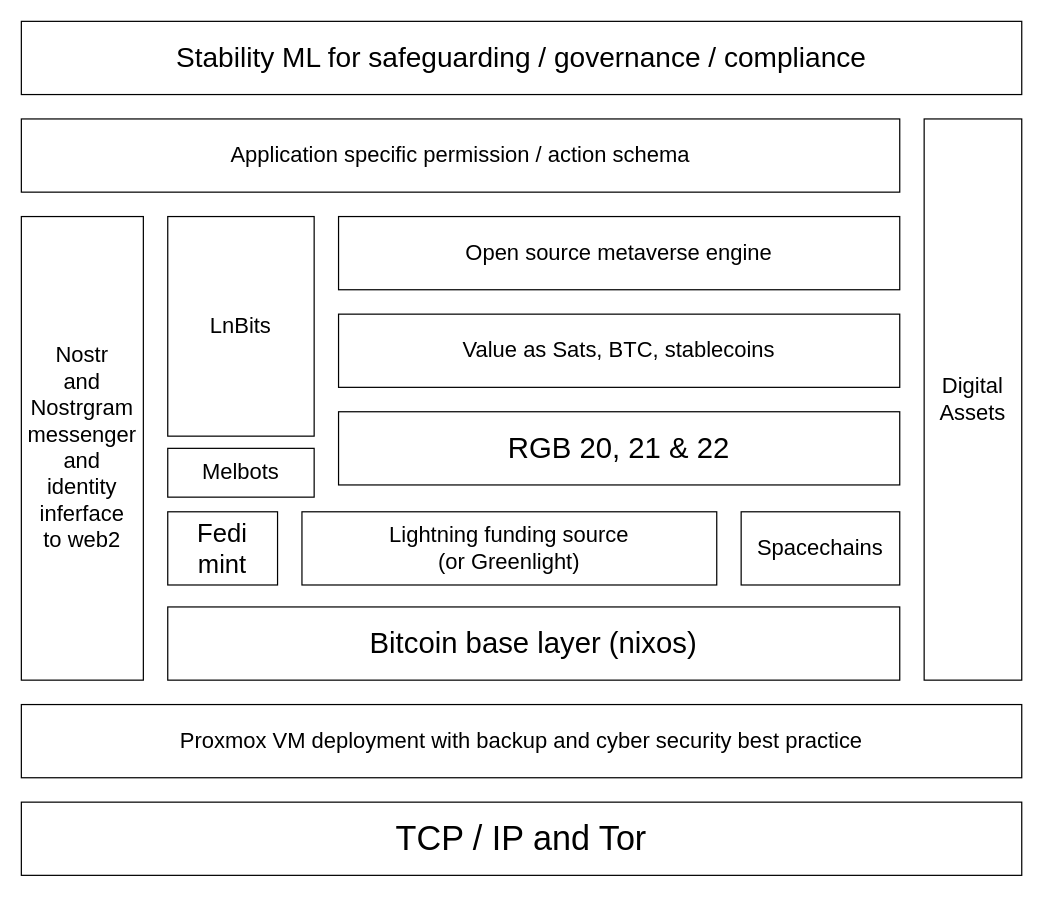
jjohare/DigiSocConvergence keeps this draw.io diagram as Book/Images/HighLevelStack.drawio. Above is the earlier version. Source tidied: cells renumbered, new cells numbered last; positions are measured from the earlier drawing's top-left corner, leaving out a move shared by most shapes. Both pictures are drawn from the tidied source at 122%, with x=0, y=0 at pixel (21, 21).
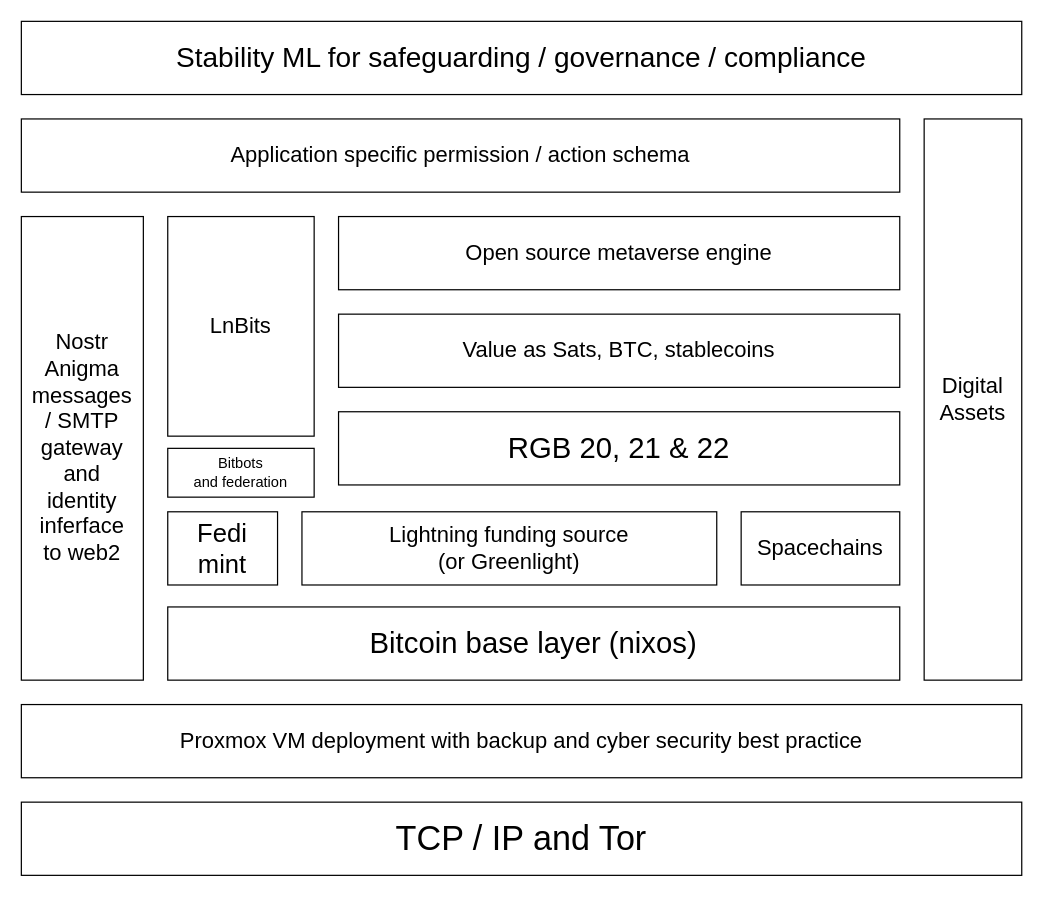
After the change.

What changed in the source:
```diff
@@
 <mxGraphModel>
   <root>
     <mxCell id="0" />
     <mxCell id="1" parent="0" />
     <mxCell id="2" value="&lt;font style=&quot;font-size: 18px&quot;&gt;Application specific permission / action schema&lt;br&gt;&lt;/font&gt;" style="rounded=0;whiteSpace=wrap;html=1;" parent="1" vertex="1">
       <mxGeometry y="80" width="720" height="60" as="geometry" />
     </mxCell>
-    <mxCell id="3" value="&lt;div&gt;Nostr&lt;/div&gt;&lt;div&gt;and&lt;/div&gt;&lt;div&gt;Nostrgram&lt;/div&gt;&lt;div&gt;messenger&lt;/div&gt;&lt;div&gt;and&lt;/div&gt;&lt;div&gt;identity &lt;br&gt;&lt;/div&gt;&lt;div&gt;inferface&lt;/div&gt;&lt;div&gt;to web2&lt;br&gt;&lt;/div&gt;" style="rounded=0;whiteSpace=wrap;html=1;fontSize=18;" parent="1" vertex="1">
+    <mxCell id="3" value="&lt;div&gt;Nostr&lt;/div&gt;&lt;div&gt;Anigma&lt;br&gt;&lt;/div&gt;&lt;div&gt;messages&lt;/div&gt;&lt;div&gt;/ SMTP&lt;/div&gt;&lt;div&gt;gateway&lt;br&gt;&lt;/div&gt;&lt;div&gt;and&lt;/div&gt;&lt;div&gt;identity &lt;br&gt;&lt;/div&gt;&lt;div&gt;inferface&lt;/div&gt;&lt;div&gt;to web2&lt;br&gt;&lt;/div&gt;" style="rounded=0;whiteSpace=wrap;html=1;fontSize=18;" parent="1" vertex="1">
       <mxGeometry y="160" width="100" height="380" as="geometry" />
     </mxCell>
     <mxCell id="4" value="LnBits" style="rounded=0;whiteSpace=wrap;html=1;fontSize=18;" parent="1" vertex="1">
       <mxGeometry x="120" y="160" width="120" height="180" as="geometry" />
     </mxCell>
     <mxCell id="5" value="&lt;font style=&quot;font-size: 18px&quot;&gt;Open source metaverse engine&lt;/font&gt;" style="rounded=0;whiteSpace=wrap;html=1;" parent="1" vertex="1">
       <mxGeometry x="260" y="160" width="460" height="60" as="geometry" />
     </mxCell>
     <mxCell id="6" value="&lt;font style=&quot;font-size: 18px&quot;&gt;Value as Sats, BTC, stablecoins&lt;br&gt;&lt;/font&gt;" style="rounded=0;whiteSpace=wrap;html=1;" parent="1" vertex="1">
       <mxGeometry x="260" y="240" width="460" height="60" as="geometry" />
     </mxCell>
     <mxCell id="7" value="&lt;font style=&quot;font-size: 24px;&quot;&gt;RGB 20, 21 &amp;amp; 22&lt;/font&gt;" style="rounded=0;whiteSpace=wrap;html=1;" parent="1" vertex="1">
       <mxGeometry x="260" y="320" width="460" height="60" as="geometry" />
     </mxCell>
     <mxCell id="8" value="&lt;div&gt;&lt;font style=&quot;font-size: 18px&quot;&gt;Lightning funding source&lt;/font&gt;&lt;/div&gt;&lt;div&gt;&lt;font style=&quot;font-size: 18px&quot;&gt;(or Greenlight)&lt;br&gt; &lt;/font&gt;&lt;/div&gt;" style="rounded=0;whiteSpace=wrap;html=1;" parent="1" vertex="1">
       <mxGeometry x="230" y="402" width="340" height="60" as="geometry" />
     </mxCell>
     <mxCell id="9" value="&lt;font style=&quot;font-size: 24px&quot;&gt;Bitcoin base layer (nixos)&lt;br&gt;&lt;/font&gt;" style="rounded=0;whiteSpace=wrap;html=1;" parent="1" vertex="1">
       <mxGeometry x="120" y="480" width="600" height="60" as="geometry" />
     </mxCell>
     <mxCell id="10" value="&lt;font style=&quot;font-size: 18px&quot;&gt;Proxmox VM deployment with backup and cyber security best practice&lt;/font&gt;" style="rounded=0;whiteSpace=wrap;html=1;" parent="1" vertex="1">
       <mxGeometry y="560" width="820" height="60" as="geometry" />
     </mxCell>
     <mxCell id="11" value="&lt;div&gt;Digital&lt;br&gt;&lt;/div&gt;&lt;div&gt;Assets&lt;/div&gt;" style="rounded=0;whiteSpace=wrap;html=1;fontSize=18;" parent="1" vertex="1">
       <mxGeometry x="740" y="80" width="80" height="460" as="geometry" />
     </mxCell>
     <mxCell id="12" value="&lt;font style=&quot;font-size: 18px;&quot;&gt;Spacechains&lt;/font&gt;" style="rounded=0;whiteSpace=wrap;html=1;" parent="1" vertex="1">
       <mxGeometry x="590" y="402" width="130" height="60" as="geometry" />
     </mxCell>
     <mxCell id="13" value="&lt;font style=&quot;font-size: 23px;&quot;&gt;Stability ML for safeguarding / governance / compliance&lt;br&gt;&lt;/font&gt;" style="rounded=0;whiteSpace=wrap;html=1;" parent="1" vertex="1">
       <mxGeometry width="820" height="60" as="geometry" />
     </mxCell>
     <mxCell id="14" value="&lt;font style=&quot;font-size: 28px;&quot;&gt;TCP / IP and Tor&lt;br&gt;&lt;/font&gt;" style="rounded=0;whiteSpace=wrap;html=1;" parent="1" vertex="1">
       <mxGeometry y="640" width="820" height="60" as="geometry" />
     </mxCell>
     <mxCell id="15" value="&lt;div style=&quot;font-size: 21px;&quot;&gt;&lt;font style=&quot;font-size: 21px;&quot;&gt;Fedi&lt;/font&gt;&lt;/div&gt;&lt;div style=&quot;font-size: 21px;&quot;&gt;&lt;font style=&quot;font-size: 21px;&quot;&gt;mint&lt;/font&gt;&lt;/div&gt;" style="rounded=0;whiteSpace=wrap;html=1;" parent="1" vertex="1">
       <mxGeometry x="120" y="402" width="90" height="60" as="geometry" />
     </mxCell>
-    <mxCell id="16" value="&lt;font style=&quot;font-size: 18px;&quot;&gt;Melbots&lt;/font&gt;" style="rounded=0;whiteSpace=wrap;html=1;" parent="1" vertex="1">
+    <mxCell id="16" value="&lt;div&gt;Bitbots&lt;/div&gt;&lt;div&gt;and federation&lt;br&gt;&lt;/div&gt;" style="rounded=0;whiteSpace=wrap;html=1;" parent="1" vertex="1">
       <mxGeometry x="120" y="350" width="120" height="40" as="geometry" />
     </mxCell>
   </root>
 </mxGraphModel>
```
